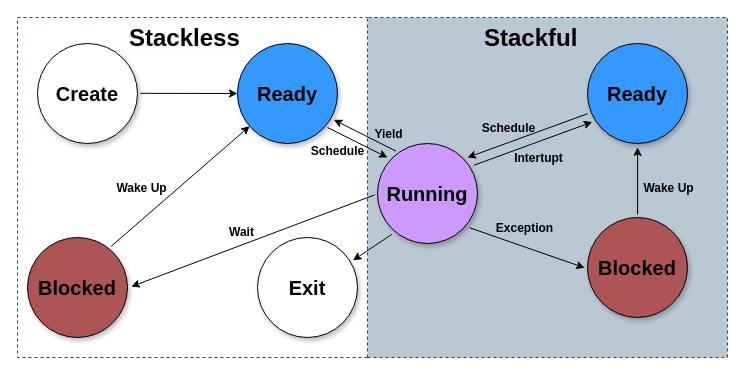
Above: Article/assets/cstate.drawio in zflcs/SharedScheduler (draw.io), before the change. Source tidied: cells renumbered, new cells numbered last; positions are measured from the earlier drawing's top-left corner, leaving out a move shared by most shapes. Both pictures are drawn from the tidied source at 100%, with x=0, y=0 at pixel (17, 17).
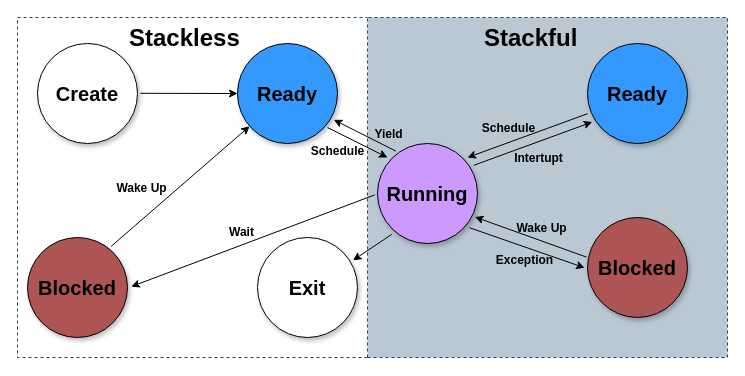
After the change.

Unchanged cells that the change refers to:
```xml
<mxCell id="2" style="swimlane;horizontal=0;whiteSpace=wrap;html=1;startSize=360;direction=west;dashed=1;fillColor=#bac8d3;strokeColor=#23445d;fillStyle=auto;" parent="1" vertex="1">
  <mxGeometry width="710" height="340" as="geometry" />
</mxCell>
<mxCell id="15" value="&lt;font style=&quot;font-size: 20px;&quot;&gt;Running&lt;/font&gt;" style="ellipse;whiteSpace=wrap;html=1;fillColor=#CC99FF;strokeColor=#000000;strokeWidth=1;shadow=1;fontColor=#000000;fontStyle=1;" parent="1" vertex="1">
  <mxGeometry x="360" y="126" width="100" height="100" as="geometry" />
</mxCell>
<mxCell id="18" value="&lt;font style=&quot;font-size: 20px;&quot;&gt;Ready&lt;br&gt;&lt;/font&gt;" style="ellipse;whiteSpace=wrap;html=1;fillColor=#3399FF;strokeColor=#000000;strokeWidth=1;shadow=1;fontColor=#000000;fontStyle=1;" parent="1" vertex="1">
  <mxGeometry x="570" y="26" width="100" height="100" as="geometry" />
</mxCell>
<mxCell id="19" value="&lt;font style=&quot;font-size: 20px;&quot;&gt;Blocked&lt;br&gt;&lt;/font&gt;" style="ellipse;whiteSpace=wrap;html=1;fillColor=#AD5555;strokeColor=#000000;strokeWidth=1;shadow=1;fontColor=#000000;fontStyle=1;" parent="1" vertex="1">
  <mxGeometry x="570" y="200" width="100" height="100" as="geometry" />
</mxCell>
```

The edit, as a diff of the source:
```diff
@@
     <mxCell id="7" value="&lt;font style=&quot;font-size: 12px;&quot;&gt;Wake Up&lt;/font&gt;" style="edgeLabel;html=1;align=center;verticalAlign=middle;labelBackgroundColor=none;fontStyle=1;" parent="2" vertex="1">
-      <mxGeometry x="650" y="170" as="geometry" />
+      <mxGeometry x="523" y="210" as="geometry" />
     </mxCell>
     <mxCell id="8" value="&lt;font style=&quot;font-size: 12px;&quot;&gt;Exception&lt;/font&gt;" style="edgeLabel;html=1;align=center;verticalAlign=middle;labelBackgroundColor=none;fontStyle=1;" parent="2" vertex="1">
-      <mxGeometry x="506" y="210" as="geometry" />
+      <mxGeometry x="506" y="242" as="geometry" />
     </mxCell>
@@
-    <mxCell id="28" style="endArrow=classic;html=1;rounded=0;exitX=0.501;exitY=-0.03;exitDx=0;exitDy=0;exitPerimeter=0;entryX=0.501;entryY=1.039;entryDx=0;entryDy=0;entryPerimeter=0;" parent="1" edge="1" source="19" target="18">
+    <mxCell id="28" style="endArrow=classic;html=1;rounded=0;exitX=-0.01;exitY=0.396;exitDx=0;exitDy=0;exitPerimeter=0;entryX=0.974;entryY=0.735;entryDx=0;entryDy=0;entryPerimeter=0;" parent="1" edge="1" source="19" target="15">
       <mxGeometry relative="1" as="geometry" />
     </mxCell>
```
